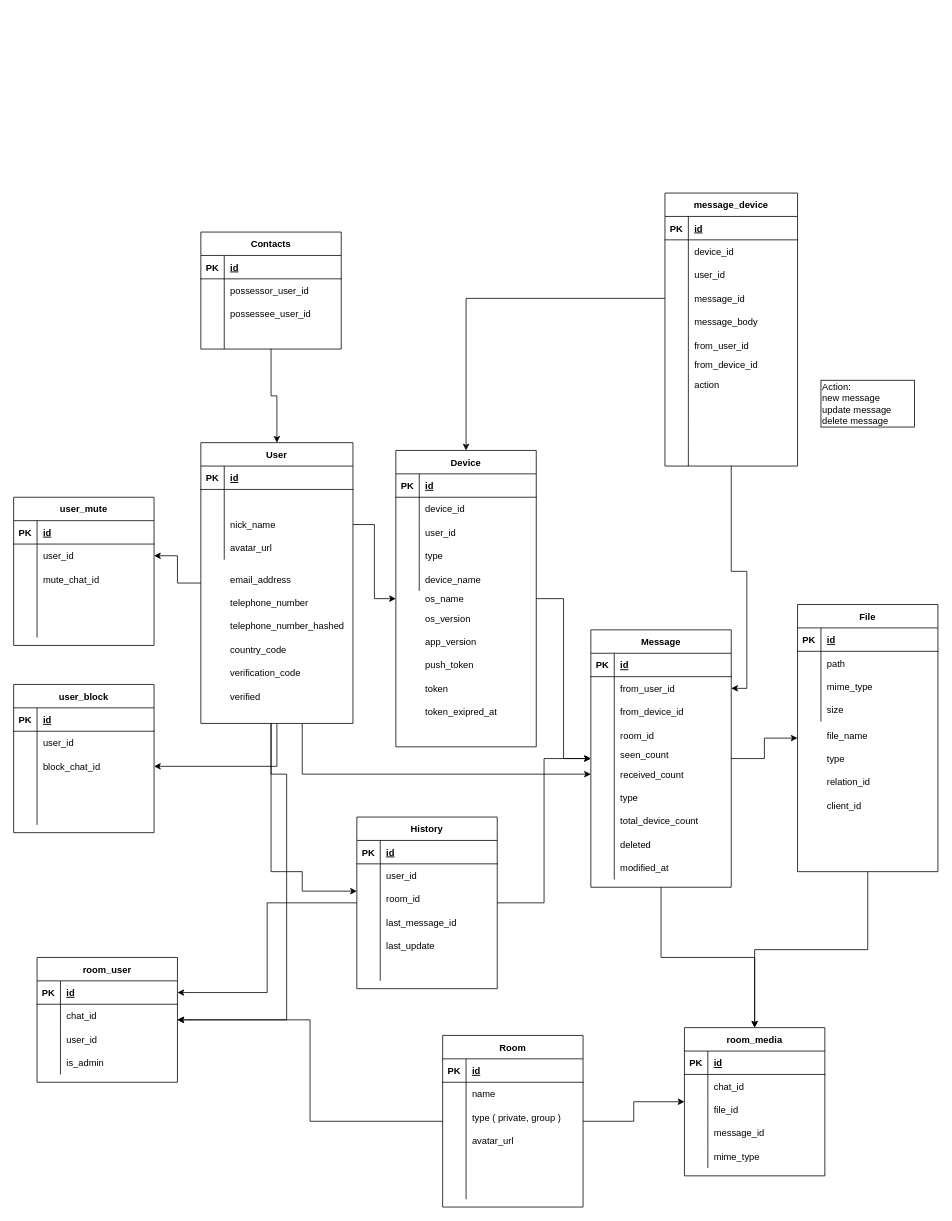
The draw.io diagram documents/database.drawio in cloverstudio/Spika3, before the edit. Source tidied: cells renumbered, new cells numbered last; positions are measured from the earlier drawing's top-left corner, leaving out a move shared by most shapes. Both pictures are drawn from the tidied source at 78%, with x=0, y=0 at pixel (13, 193).
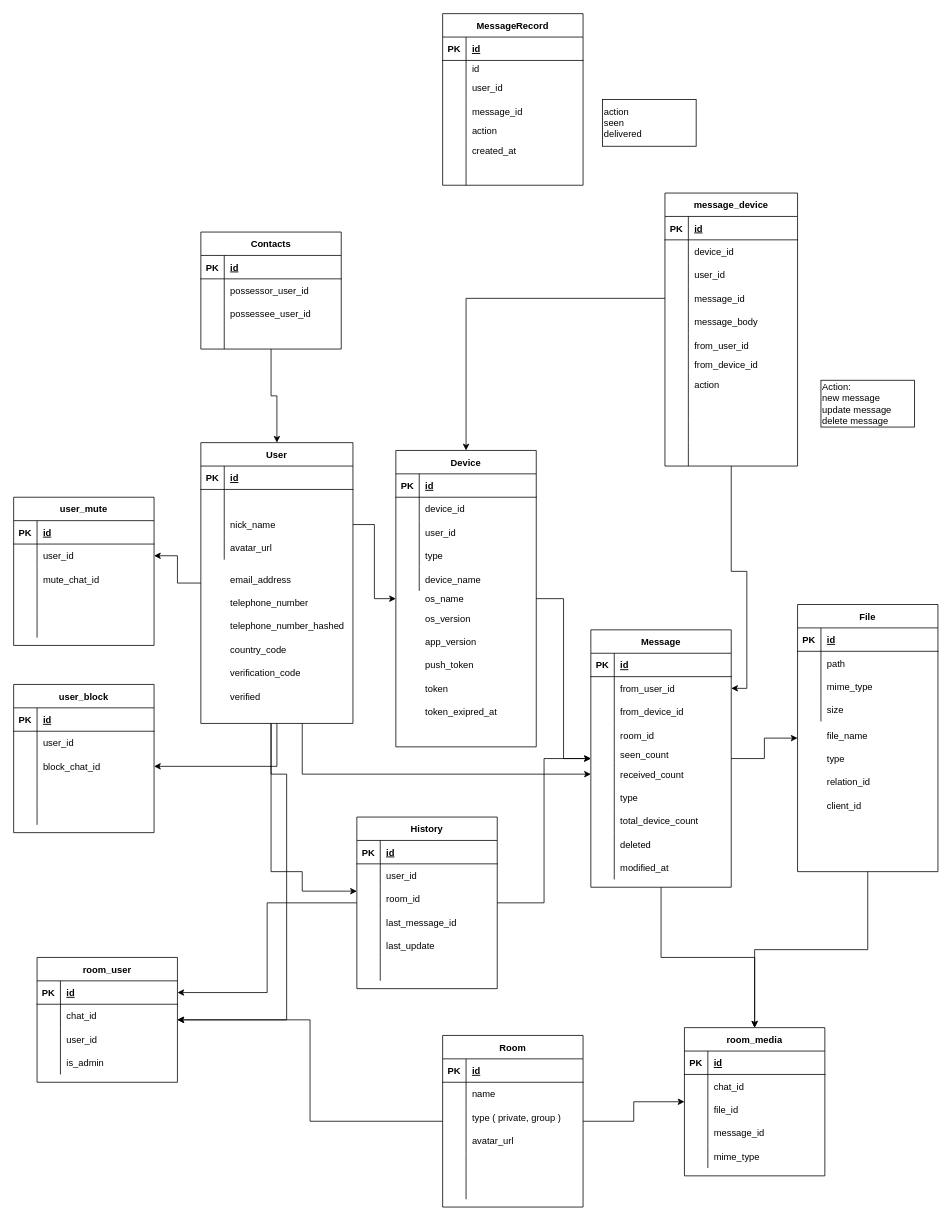
After the change.

Change to the diagram source:
```diff
@@
+    <mxCell id="255" value="MessageRecord" style="shape=table;startSize=30;childLayout=tableLayout;rowLines=0;fontStyle=1;align=center;" parent="1" vertex="1">
+      <mxGeometry x="550" y="-230" width="180" height="220" as="geometry" />
+    </mxCell>
+    <mxCell id="256" style="shape=partialRectangle;fillColor=none;top=0;left=0;bottom=1;right=0;" parent="255" vertex="1">
+      <mxGeometry y="30" width="180" height="30" as="geometry" />
+    </mxCell>
+    <mxCell id="257" value="PK" style="shape=partialRectangle;fillColor=none;top=0;left=0;bottom=0;right=0;fontStyle=1;overflow=hidden;" parent="256" vertex="1">
+      <mxGeometry width="30" height="30" as="geometry" />
+    </mxCell>
+    <mxCell id="258" value="id" style="shape=partialRectangle;fillColor=none;top=0;left=0;bottom=0;right=0;align=left;spacingLeft=6;fontStyle=5;overflow=hidden;" parent="256" vertex="1">
+      <mxGeometry x="30" width="150" height="30" as="geometry" />
+    </mxCell>
+    <mxCell id="259" style="shape=partialRectangle;fillColor=none;top=0;left=0;bottom=0;right=0;" parent="255" vertex="1">
+      <mxGeometry y="60" width="180" height="20" as="geometry" />
+    </mxCell>
+    <mxCell id="260" style="shape=partialRectangle;fillColor=none;top=0;left=0;bottom=0;right=0;overflow=hidden;" parent="259" vertex="1">
+      <mxGeometry width="30" height="20" as="geometry" />
+    </mxCell>
+    <mxCell id="261" value="id" style="shape=partialRectangle;fillColor=none;top=0;left=0;bottom=0;right=0;align=left;spacingLeft=6;overflow=hidden;" parent="259" vertex="1">
+      <mxGeometry x="30" width="150" height="20" as="geometry" />
+    </mxCell>
+    <mxCell id="262" style="shape=partialRectangle;fillColor=none;top=0;left=0;bottom=0;right=0;" parent="255" vertex="1">
+      <mxGeometry y="80" width="180" height="30" as="geometry" />
+    </mxCell>
+    <mxCell id="263" style="shape=partialRectangle;fillColor=none;top=0;left=0;bottom=0;right=0;overflow=hidden;" parent="262" vertex="1">
+      <mxGeometry width="30" height="30" as="geometry" />
+    </mxCell>
+    <mxCell id="264" value="user_id" style="shape=partialRectangle;fillColor=none;top=0;left=0;bottom=0;right=0;align=left;spacingLeft=6;overflow=hidden;" parent="262" vertex="1">
+      <mxGeometry x="30" width="150" height="30" as="geometry" />
+    </mxCell>
+    <mxCell id="265" style="shape=partialRectangle;fillColor=none;top=0;left=0;bottom=0;right=0;" parent="255" vertex="1">
+      <mxGeometry y="110" width="180" height="30" as="geometry" />
+    </mxCell>
+    <mxCell id="266" style="shape=partialRectangle;fillColor=none;top=0;left=0;bottom=0;right=0;overflow=hidden;" parent="265" vertex="1">
+      <mxGeometry width="30" height="30" as="geometry" />
+    </mxCell>
+    <mxCell id="267" value="message_id" style="shape=partialRectangle;fillColor=none;top=0;left=0;bottom=0;right=0;align=left;spacingLeft=6;overflow=hidden;" parent="265" vertex="1">
+      <mxGeometry x="30" width="150" height="30" as="geometry" />
+    </mxCell>
+    <mxCell id="268" style="shape=partialRectangle;fillColor=none;top=0;left=0;bottom=0;right=0;" parent="255" vertex="1">
+      <mxGeometry y="140" width="180" height="20" as="geometry" />
+    </mxCell>
+    <mxCell id="269" style="shape=partialRectangle;fillColor=none;top=0;left=0;bottom=0;right=0;overflow=hidden;" parent="268" vertex="1">
+      <mxGeometry width="30" height="20" as="geometry" />
+    </mxCell>
+    <mxCell id="270" value="action" style="shape=partialRectangle;fillColor=none;top=0;left=0;bottom=0;right=0;align=left;spacingLeft=6;overflow=hidden;" parent="268" vertex="1">
+      <mxGeometry x="30" width="150" height="20" as="geometry" />
+    </mxCell>
+    <mxCell id="271" style="shape=partialRectangle;fillColor=none;top=0;left=0;bottom=0;right=0;" parent="255" vertex="1">
+      <mxGeometry y="160" width="180" height="30" as="geometry" />
+    </mxCell>
+    <mxCell id="272" style="shape=partialRectangle;fillColor=none;top=0;left=0;bottom=0;right=0;overflow=hidden;" parent="271" vertex="1">
+      <mxGeometry width="30" height="30" as="geometry" />
+    </mxCell>
+    <mxCell id="273" value="created_at" style="shape=partialRectangle;fillColor=none;top=0;left=0;bottom=0;right=0;align=left;spacingLeft=6;overflow=hidden;" parent="271" vertex="1">
+      <mxGeometry x="30" width="150" height="30" as="geometry" />
+    </mxCell>
+    <mxCell id="274" style="shape=partialRectangle;fillColor=none;top=0;left=0;bottom=0;right=0;" parent="255" vertex="1">
+      <mxGeometry y="190" width="180" height="30" as="geometry" />
+    </mxCell>
+    <mxCell id="275" style="shape=partialRectangle;fillColor=none;top=0;left=0;bottom=0;right=0;overflow=hidden;" parent="274" vertex="1">
+      <mxGeometry width="30" height="30" as="geometry" />
+    </mxCell>
+    <mxCell id="276" style="shape=partialRectangle;fillColor=none;top=0;left=0;bottom=0;right=0;align=left;spacingLeft=6;overflow=hidden;" parent="274" vertex="1">
+      <mxGeometry x="30" width="150" height="30" as="geometry" />
+    </mxCell>
+    <mxCell id="277" value="action&lt;br&gt;seen&lt;br&gt;delivered" style="rounded=0;whiteSpace=wrap;html=1;shadow=0;align=left;" parent="1" vertex="1">
+      <mxGeometry x="755" y="-120" width="120" height="60" as="geometry" />
+    </mxCell>
```
